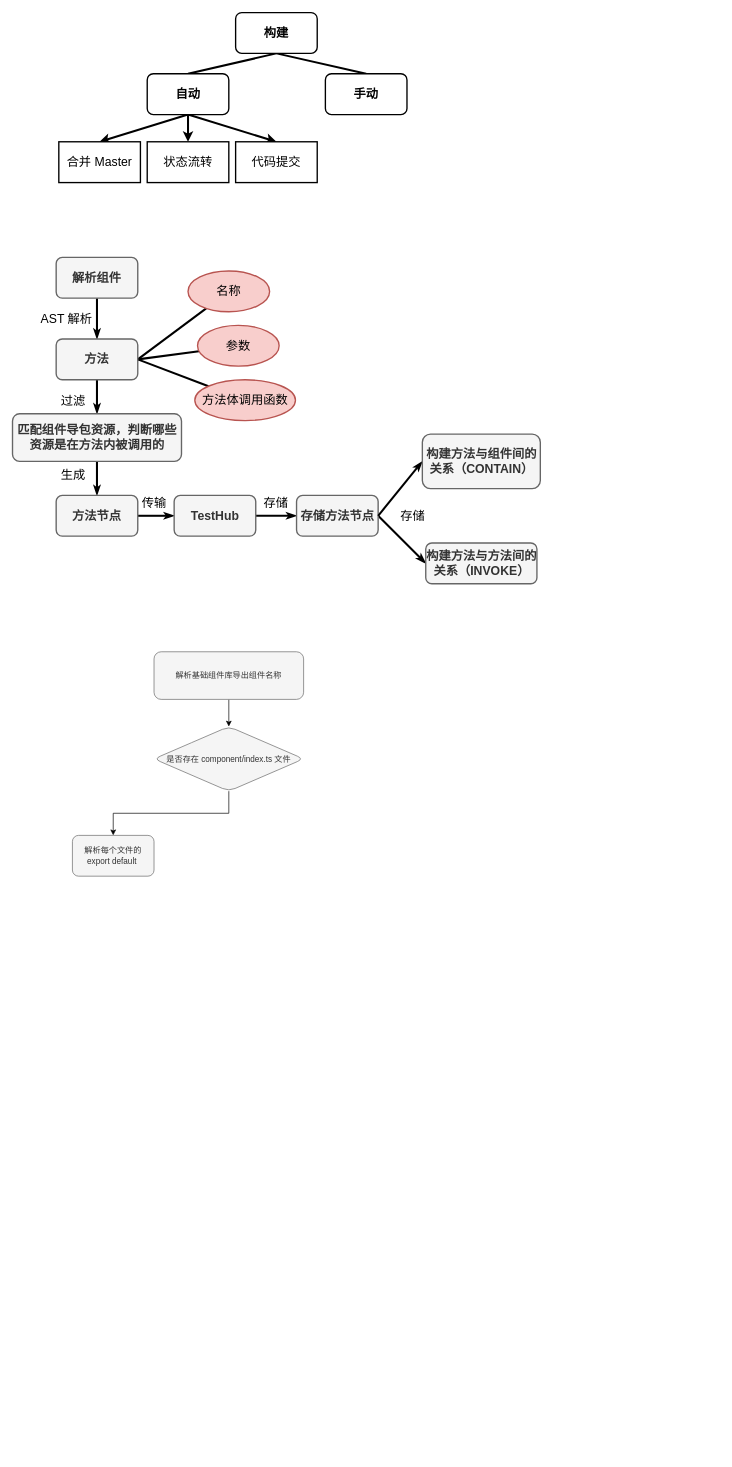
The draw.io diagram 前端影响面流程.drawio in C-wx/MindManager, before the edit. Source tidied: cells renumbered, new cells numbered last; positions are measured from the earlier drawing's top-left corner, leaving out a move shared by most shapes. Both pictures are drawn from the tidied source at 68%, with x=0, y=0 at pixel (12, 12).
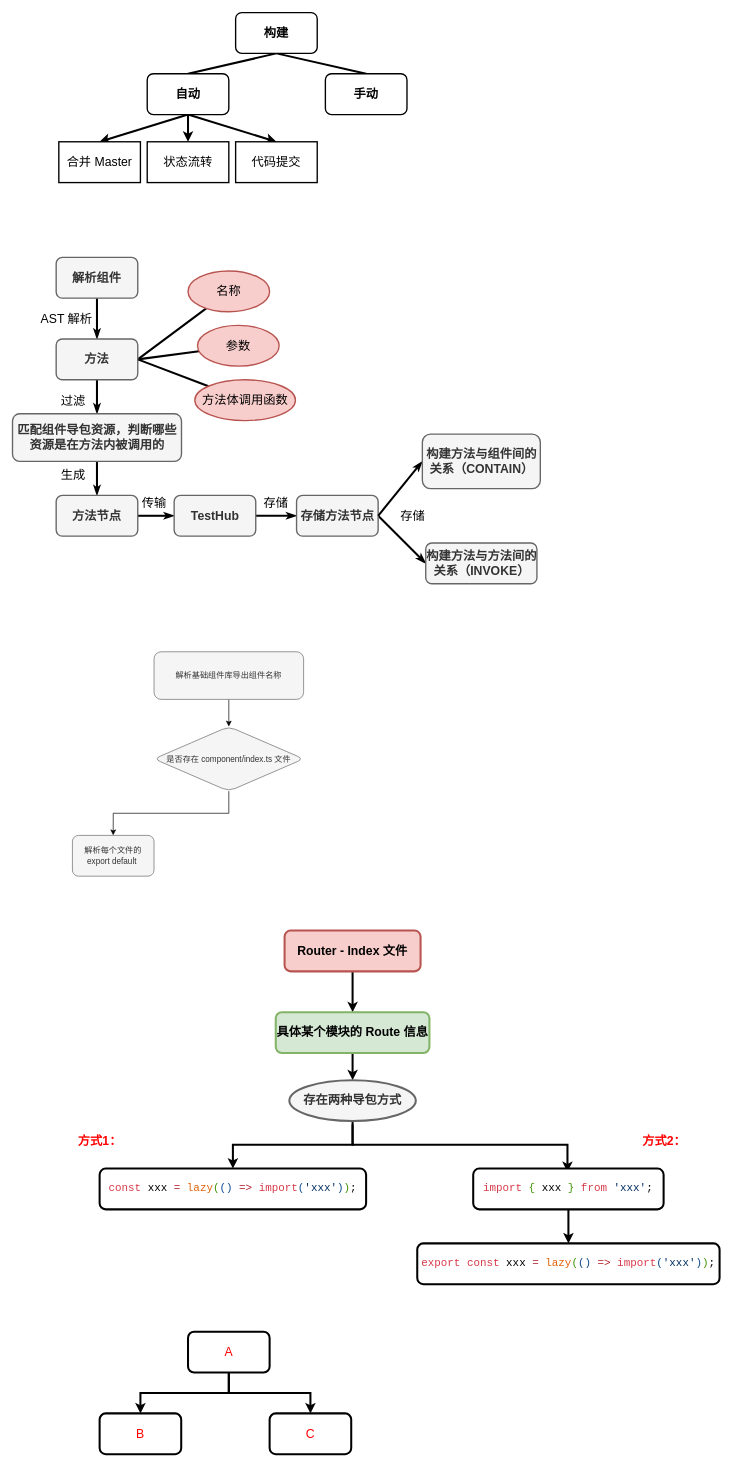
The same page after the edit.

Commit message:
更新前端影响面流程.drawio

Change to the diagram source:
```diff
@@
+    <mxCell id="45" style="edgeStyle=orthogonalEdgeStyle;rounded=0;jettySize=auto;html=1;fontSize=18;strokeWidth=3;" parent="1" edge="1" source="46" target="48">
+      <mxGeometry relative="1" as="geometry" />
+    </mxCell>
+    <mxCell id="46" value="&lt;b&gt;&lt;font style=&quot;font-size: 18px;&quot;&gt;Router - Index 文件&lt;/font&gt;&lt;/b&gt;" style="rounded=1;whiteSpace=wrap;html=1;strokeWidth=3;fillColor=#f8cecc;strokeColor=#b85450;" parent="1" vertex="1">
+      <mxGeometry x="400" y="1350" width="200" height="60" as="geometry" />
+    </mxCell>
+    <mxCell id="47" style="edgeStyle=orthogonalEdgeStyle;rounded=0;jettySize=auto;html=1;fontSize=18;strokeWidth=3;" parent="1" edge="1" source="48" target="51">
+      <mxGeometry relative="1" as="geometry" />
+    </mxCell>
+    <mxCell id="48" value="&lt;font style=&quot;font-size: 18px;&quot;&gt;&lt;b&gt;具体某个模块的 Route 信息&lt;/b&gt;&lt;/font&gt;" style="whiteSpace=wrap;html=1;rounded=1;strokeWidth=3;fillColor=#d5e8d4;strokeColor=#82b366;" parent="1" vertex="1">
+      <mxGeometry x="387" y="1470" width="226" height="60" as="geometry" />
+    </mxCell>
+    <mxCell id="49" style="edgeStyle=orthogonalEdgeStyle;rounded=0;jettySize=auto;html=1;fontSize=18;strokeWidth=3;" parent="1" edge="1" source="51" target="52">
+      <mxGeometry relative="1" as="geometry" />
+    </mxCell>
+    <mxCell id="50" style="edgeStyle=orthogonalEdgeStyle;rounded=0;orthogonalLoop=1;jettySize=auto;html=1;fontSize=18;strokeWidth=3;" parent="1" edge="1">
+      <mxGeometry relative="1" as="geometry">
+        <mxPoint x="500" y="1635" as="sourcePoint" />
+        <mxPoint x="816" y="1705" as="targetPoint" />
+        <Array as="points">
+          <mxPoint x="500" y="1665" />
+          <mxPoint x="816" y="1665" />
+        </Array>
+      </mxGeometry>
+    </mxCell>
+    <mxCell id="51" value="&lt;b&gt;&lt;font style=&quot;font-size: 18px;&quot;&gt;存在两种导包方式&lt;/font&gt;&lt;/b&gt;" style="ellipse;whiteSpace=wrap;html=1;rounded=1;strokeWidth=3;fillColor=#f5f5f5;fontColor=#333333;strokeColor=#666666;" parent="1" vertex="1">
+      <mxGeometry x="407" y="1570" width="186" height="60" as="geometry" />
+    </mxCell>
+    <mxCell id="52" value="&lt;pre style=&quot;background-color: rgb(255, 255, 255); font-family: &amp;quot;JetBrains Mono&amp;quot;, monospace; font-size: 12pt;&quot;&gt;&lt;span style=&quot;color:#d73a49;&quot;&gt;const &lt;/span&gt;xxx &lt;span style=&quot;color:#b31d28;&quot;&gt;= &lt;/span&gt;&lt;span style=&quot;color:#e36209;&quot;&gt;lazy&lt;/span&gt;&lt;span style=&quot;color:#3f9101;&quot;&gt;(&lt;/span&gt;&lt;span style=&quot;color:#0e4a8e;&quot;&gt;() &lt;/span&gt;&lt;span style=&quot;color:#b31d28;&quot;&gt;=&amp;gt; &lt;/span&gt;&lt;span style=&quot;color:#d73a49;&quot;&gt;import&lt;/span&gt;&lt;span style=&quot;color:#0e4a8e;&quot;&gt;(&lt;/span&gt;&lt;span style=&quot;color:#032f62;&quot;&gt;'xxx'&lt;/span&gt;&lt;span style=&quot;color:#0e4a8e;&quot;&gt;)&lt;/span&gt;&lt;span style=&quot;color:#3f9101;&quot;&gt;)&lt;/span&gt;;&lt;/pre&gt;" style="whiteSpace=wrap;html=1;rounded=1;strokeWidth=3;" parent="1" vertex="1">
+      <mxGeometry x="128" y="1700" width="391.9" height="60" as="geometry" />
+    </mxCell>
+    <mxCell id="53" style="edgeStyle=orthogonalEdgeStyle;rounded=0;jettySize=auto;html=1;exitX=0.5;exitY=1;exitDx=0;exitDy=0;entryX=0.5;entryY=0;entryDx=0;entryDy=0;fontSize=18;strokeWidth=3;" parent="1" edge="1" source="54" target="55">
+      <mxGeometry relative="1" as="geometry" />
+    </mxCell>
+    <mxCell id="54" value="&lt;pre style=&quot;background-color: rgb(255, 255, 255); font-family: &amp;quot;JetBrains Mono&amp;quot;, monospace; font-size: 12pt;&quot;&gt;&lt;span style=&quot;color:#d73a49;&quot;&gt;import &lt;/span&gt;&lt;span style=&quot;color:#3f9101;&quot;&gt;{ &lt;/span&gt;xxx &lt;span style=&quot;color:#3f9101;&quot;&gt;} &lt;/span&gt;&lt;span style=&quot;color:#d73a49;&quot;&gt;from &lt;/span&gt;&lt;span style=&quot;color:#032f62;&quot;&gt;'xxx'&lt;/span&gt;;&lt;/pre&gt;" style="whiteSpace=wrap;html=1;rounded=1;strokeWidth=3;" parent="1" vertex="1">
+      <mxGeometry x="677.4" y="1700" width="280" height="60" as="geometry" />
+    </mxCell>
+    <mxCell id="55" value="&lt;pre style=&quot;background-color: rgb(255, 255, 255); font-family: &amp;quot;JetBrains Mono&amp;quot;, monospace; font-size: 12pt;&quot;&gt;&lt;span style=&quot;color:#d73a49;&quot;&gt;export const &lt;/span&gt;xxx &lt;span style=&quot;color:#b31d28;&quot;&gt;= &lt;/span&gt;&lt;span style=&quot;color:#e36209;&quot;&gt;lazy&lt;/span&gt;&lt;span style=&quot;color:#3f9101;&quot;&gt;(&lt;/span&gt;&lt;span style=&quot;color:#0e4a8e;&quot;&gt;() &lt;/span&gt;&lt;span style=&quot;color:#b31d28;&quot;&gt;=&amp;gt; &lt;/span&gt;&lt;span style=&quot;color:#d73a49;&quot;&gt;import&lt;/span&gt;&lt;span style=&quot;color:#0e4a8e;&quot;&gt;(&lt;/span&gt;&lt;span style=&quot;color:#032f62;&quot;&gt;'xxx'&lt;/span&gt;&lt;span style=&quot;color:#0e4a8e;&quot;&gt;)&lt;/span&gt;&lt;span style=&quot;color:#3f9101;&quot;&gt;)&lt;/span&gt;;&lt;/pre&gt;" style="whiteSpace=wrap;html=1;rounded=1;strokeWidth=3;" parent="1" vertex="1">
+      <mxGeometry x="595.1" y="1810" width="444.6" height="60" as="geometry" />
+    </mxCell>
+    <mxCell id="56" value="&lt;font color=&quot;#ff0000&quot;&gt;方式1：&lt;/font&gt;" style="text;html=1;align=center;verticalAlign=middle;strokeColor=none;fillColor=none;fontSize=18;fontStyle=1;" parent="1" vertex="1">
+      <mxGeometry x="88" y="1645" width="80" height="30" as="geometry" />
+    </mxCell>
+    <mxCell id="57" value="&lt;font color=&quot;#ff0000&quot;&gt;方式2：&lt;/font&gt;" style="text;html=1;align=center;verticalAlign=middle;strokeColor=none;fillColor=none;fontSize=18;fontStyle=1;" parent="1" vertex="1">
+      <mxGeometry x="918" y="1645" width="80" height="30" as="geometry" />
+    </mxCell>
+    <mxCell id="58" style="edgeStyle=orthogonalEdgeStyle;rounded=0;jettySize=auto;html=1;exitX=0.5;exitY=1;exitDx=0;exitDy=0;entryX=0.5;entryY=0;entryDx=0;entryDy=0;fontSize=18;fontColor=#FF0000;strokeWidth=3;" parent="1" edge="1" source="60" target="61">
+      <mxGeometry relative="1" as="geometry" />
+    </mxCell>
+    <mxCell id="59" style="edgeStyle=orthogonalEdgeStyle;rounded=0;jettySize=auto;html=1;exitX=0.5;exitY=1;exitDx=0;exitDy=0;fontSize=18;fontColor=#FF0000;strokeWidth=3;" parent="1" edge="1" source="60" target="62">
+      <mxGeometry relative="1" as="geometry" />
+    </mxCell>
+    <mxCell id="60" value="A" style="rounded=1;whiteSpace=wrap;html=1;fontSize=18;fontColor=#FF0000;strokeWidth=3;" parent="1" vertex="1">
+      <mxGeometry x="258" y="1940" width="120" height="60" as="geometry" />
+    </mxCell>
+    <mxCell id="61" value="B" style="rounded=1;whiteSpace=wrap;html=1;fontSize=18;fontColor=#FF0000;strokeWidth=3;" parent="1" vertex="1">
+      <mxGeometry x="128" y="2060" width="120" height="60" as="geometry" />
+    </mxCell>
+    <mxCell id="62" value="C" style="rounded=1;whiteSpace=wrap;html=1;fontSize=18;fontColor=#FF0000;strokeWidth=3;" parent="1" vertex="1">
+      <mxGeometry x="378" y="2060" width="120" height="60" as="geometry" />
+    </mxCell>
```
